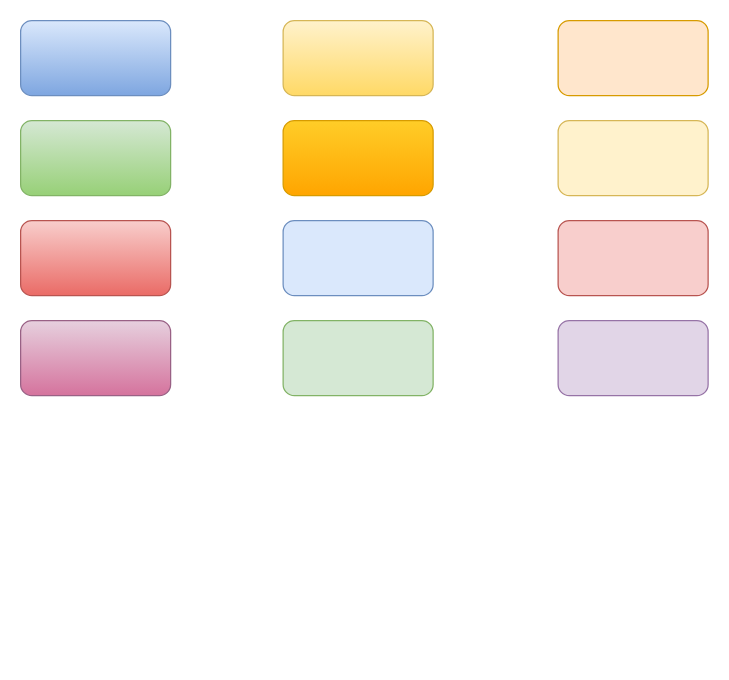
Before: 测试.drawio in wangxiaokun/mypic, a draw.io diagram. Source tidied: cells renumbered, new cells numbered last; positions are measured from the earlier drawing's top-left corner, leaving out a move shared by most shapes. Both pictures are drawn from the tidied source at 125%, with x=0, y=0 at pixel (20, 20).
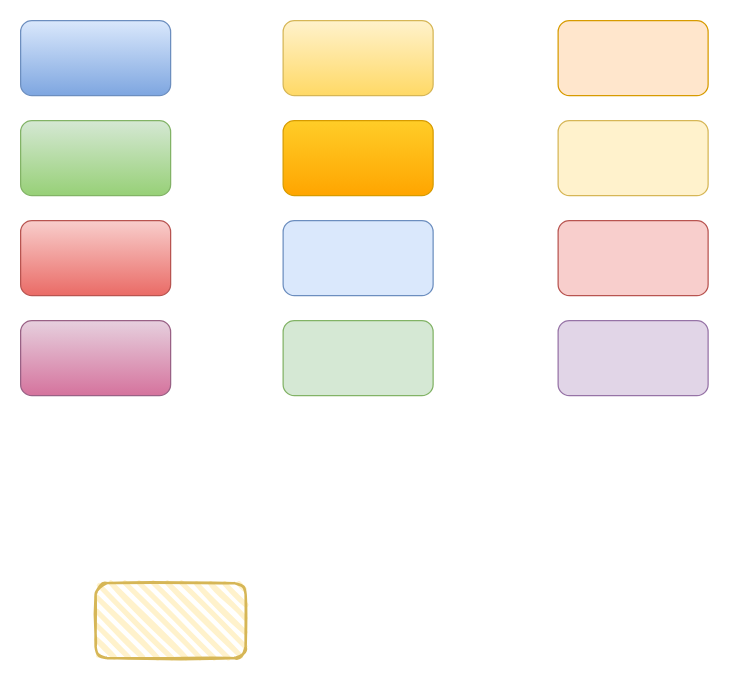
The same diagram, later.

Change to the diagram source:
```diff
@@
 <mxGraphModel>
   <root>
     <mxCell id="0" />
     <mxCell id="1" parent="0" />
     <mxCell id="2" style="rounded=1;whiteSpace=wrap;html=1;fillColor=#dae8fc;gradientColor=#7ea6e0;strokeColor=#6c8ebf;" parent="1" vertex="1">
       <mxGeometry width="120" height="60" as="geometry" />
     </mxCell>
     <mxCell id="3" style="rounded=1;whiteSpace=wrap;html=1;fillColor=#fff2cc;gradientColor=#ffd966;strokeColor=#d6b656;" parent="1" vertex="1">
       <mxGeometry x="210" width="120" height="60" as="geometry" />
     </mxCell>
     <mxCell id="4" style="rounded=1;whiteSpace=wrap;html=1;fillColor=#d5e8d4;gradientColor=#97d077;strokeColor=#82b366;" parent="1" vertex="1">
       <mxGeometry y="80" width="120" height="60" as="geometry" />
     </mxCell>
     <mxCell id="5" style="rounded=1;whiteSpace=wrap;html=1;fillColor=#e6d0de;gradientColor=#d5739d;strokeColor=#996185;" parent="1" vertex="1">
       <mxGeometry y="240" width="120" height="60" as="geometry" />
     </mxCell>
     <mxCell id="6" style="rounded=1;whiteSpace=wrap;html=1;fillColor=#f8cecc;gradientColor=#ea6b66;strokeColor=#b85450;" parent="1" vertex="1">
       <mxGeometry y="160" width="120" height="60" as="geometry" />
     </mxCell>
     <mxCell id="7" style="rounded=1;whiteSpace=wrap;html=1;fillColor=#ffcd28;gradientColor=#ffa500;strokeColor=#d79b00;" parent="1" vertex="1">
       <mxGeometry x="210" y="80" width="120" height="60" as="geometry" />
     </mxCell>
     <mxCell id="8" style="rounded=1;whiteSpace=wrap;html=1;fillColor=#dae8fc;strokeColor=#6c8ebf;" parent="1" vertex="1">
       <mxGeometry x="210" y="160" width="120" height="60" as="geometry" />
     </mxCell>
     <mxCell id="9" style="rounded=1;whiteSpace=wrap;html=1;fillColor=#d5e8d4;strokeColor=#82b366;" parent="1" vertex="1">
       <mxGeometry x="210" y="240" width="120" height="60" as="geometry" />
     </mxCell>
     <mxCell id="10" style="rounded=1;whiteSpace=wrap;html=1;fillColor=#ffe6cc;strokeColor=#d79b00;" parent="1" vertex="1">
       <mxGeometry x="430" width="120" height="60" as="geometry" />
     </mxCell>
     <mxCell id="11" style="rounded=1;whiteSpace=wrap;html=1;fillColor=#fff2cc;strokeColor=#d6b656;" parent="1" vertex="1">
       <mxGeometry x="430" y="80" width="120" height="60" as="geometry" />
     </mxCell>
     <mxCell id="12" style="rounded=1;whiteSpace=wrap;html=1;fillColor=#f8cecc;strokeColor=#b85450;" parent="1" vertex="1">
       <mxGeometry x="430" y="160" width="120" height="60" as="geometry" />
     </mxCell>
     <mxCell id="13" style="rounded=1;whiteSpace=wrap;html=1;fillColor=#e1d5e7;strokeColor=#9673a6;" parent="1" vertex="1">
       <mxGeometry x="430" y="240" width="120" height="60" as="geometry" />
     </mxCell>
+    <mxCell id="14" style="rounded=1;whiteSpace=wrap;html=1;strokeWidth=2;fillWeight=4;hachureGap=8;hachureAngle=45;fillColor=#fff2cc;sketch=1;strokeColor=#d6b656;" parent="1" vertex="1">
+      <mxGeometry x="60" y="450" width="120" height="60" as="geometry" />
+    </mxCell>
   </root>
 </mxGraphModel>
```
